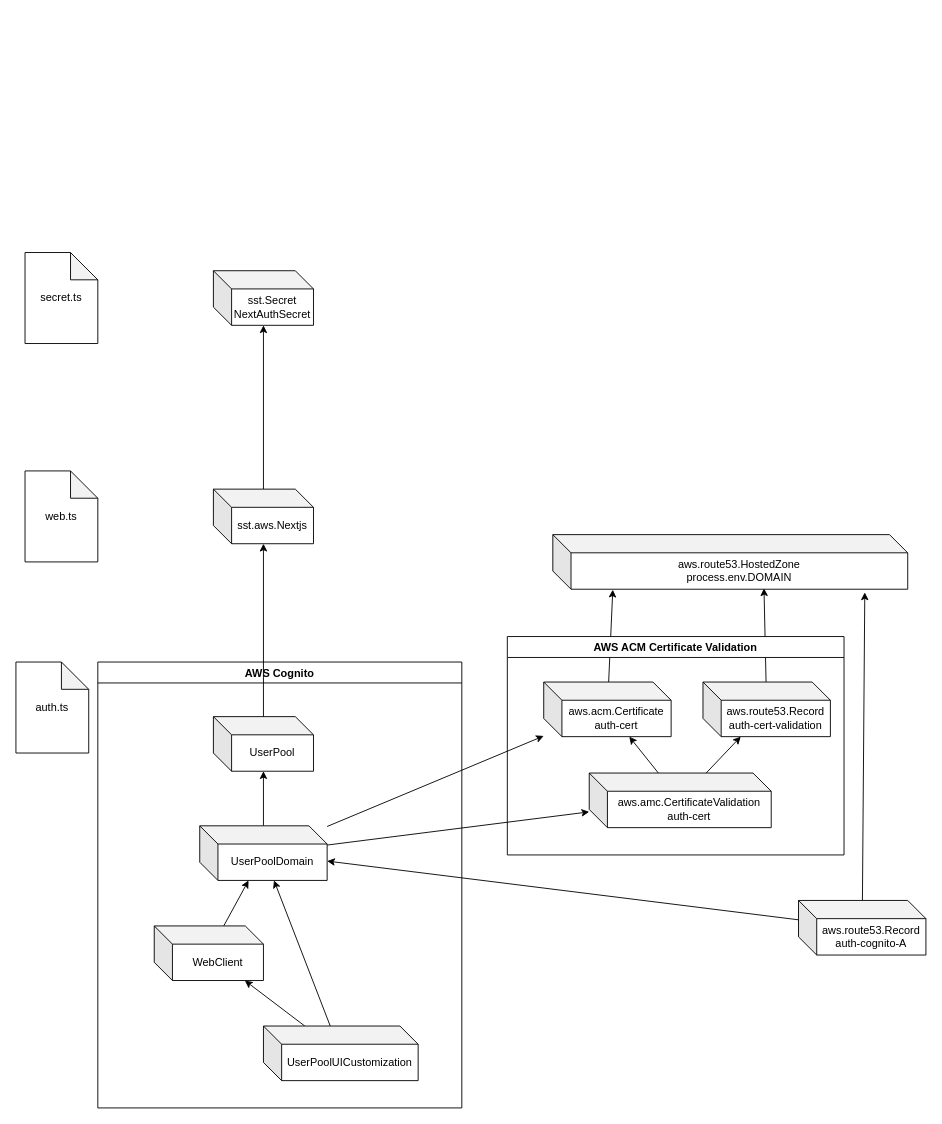
Before: index.drawio in moai-edu/web-app, a draw.io diagram. Source tidied: cells renumbered, new cells numbered last; positions are measured from the earlier drawing's top-left corner, leaving out a move shared by most shapes. Both pictures are drawn from the tidied source at 91%, with x=0, y=0 at pixel (15, 252).
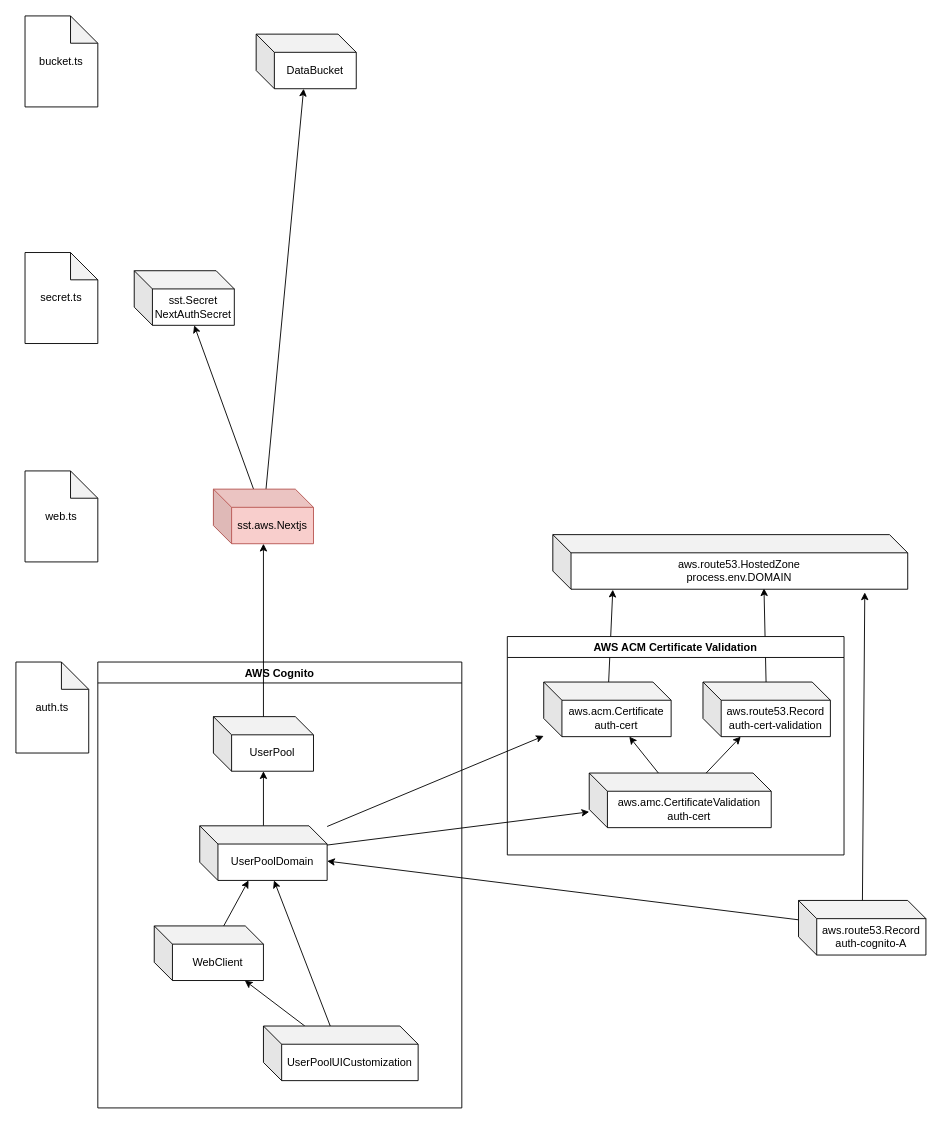
The same diagram, later.

Diff of the diagram source:
```diff
@@
+    <mxCell id="32" style="rounded=0;jettySize=auto;html=1;" parent="1" edge="1" source="28" target="34">
+      <mxGeometry relative="1" as="geometry" />
+    </mxCell>
-    <mxCell id="28" value="sst.aws.Nextjs" style="shape=cube;whiteSpace=wrap;html=1;boundedLbl=1;backgroundOutline=1;darkOpacity=0.05;darkOpacity2=0.1;" parent="1" vertex="1">
+    <mxCell id="28" value="sst.aws.Nextjs" style="shape=cube;whiteSpace=wrap;html=1;boundedLbl=1;backgroundOutline=1;darkOpacity=0.05;darkOpacity2=0.1;fillColor=#f8cecc;strokeColor=#b85450;" parent="1" vertex="1">
       <mxGeometry x="217" y="260" width="110" height="60" as="geometry" />
     </mxCell>
@@
     <mxCell id="31" value="sst.Secret&lt;br&gt;NextAuthSecret" style="shape=cube;whiteSpace=wrap;html=1;boundedLbl=1;backgroundOutline=1;darkOpacity=0.05;darkOpacity2=0.1;" parent="1" vertex="1">
-      <mxGeometry x="217" y="20" width="110" height="60" as="geometry" />
+      <mxGeometry x="130" y="20" width="110" height="60" as="geometry" />
     </mxCell>
+    <mxCell id="33" value="bucket.ts" style="shape=note;whiteSpace=wrap;html=1;backgroundOutline=1;darkOpacity=0.05;" parent="1" vertex="1">
+      <mxGeometry x="10" y="-260" width="80" height="100" as="geometry" />
+    </mxCell>
+    <mxCell id="34" value="DataBucket" style="shape=cube;whiteSpace=wrap;html=1;boundedLbl=1;backgroundOutline=1;darkOpacity=0.05;darkOpacity2=0.1;" parent="1" vertex="1">
+      <mxGeometry x="264" y="-240" width="110" height="60" as="geometry" />
+    </mxCell>
```
